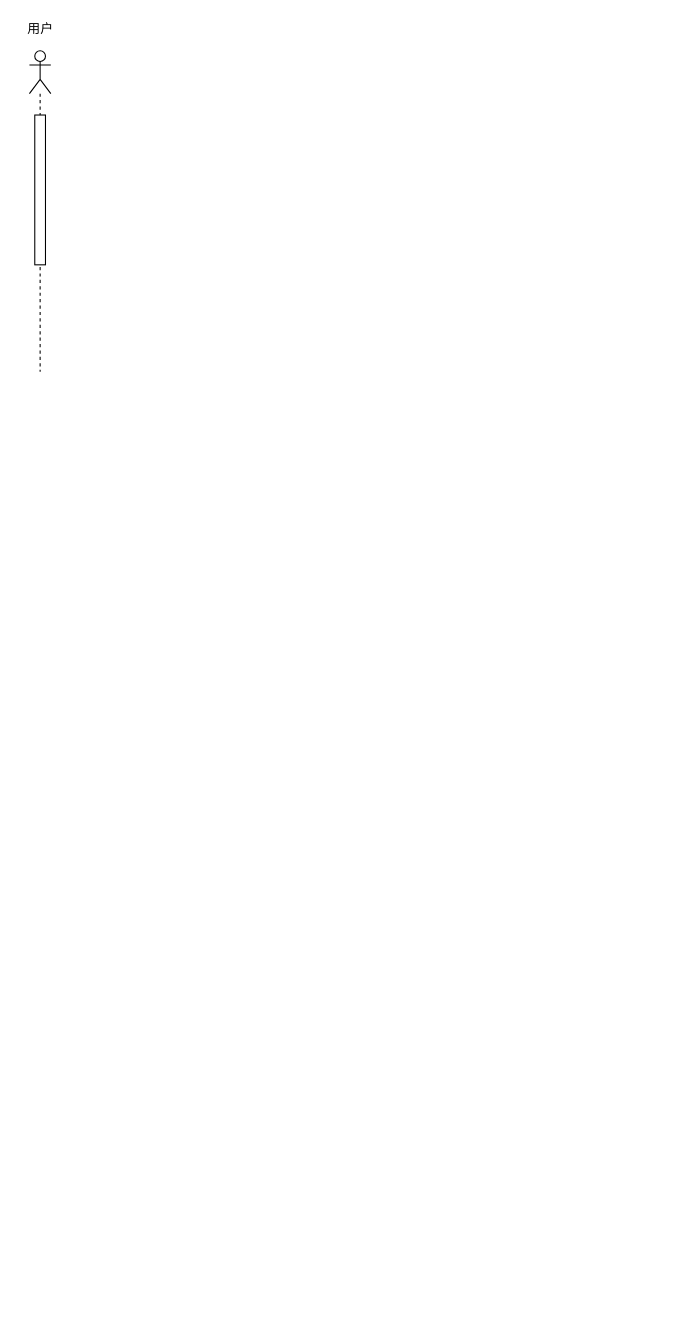
Above: 双因子登录流程图.drawio in xulanliang/FirstRepository (draw.io), before the change. Source tidied: cells renumbered, new cells numbered last; positions are measured from the earlier drawing's top-left corner, leaving out a move shared by most shapes. Both pictures are drawn from the tidied source at 107%, with x=0, y=0 at pixel (18, 18).
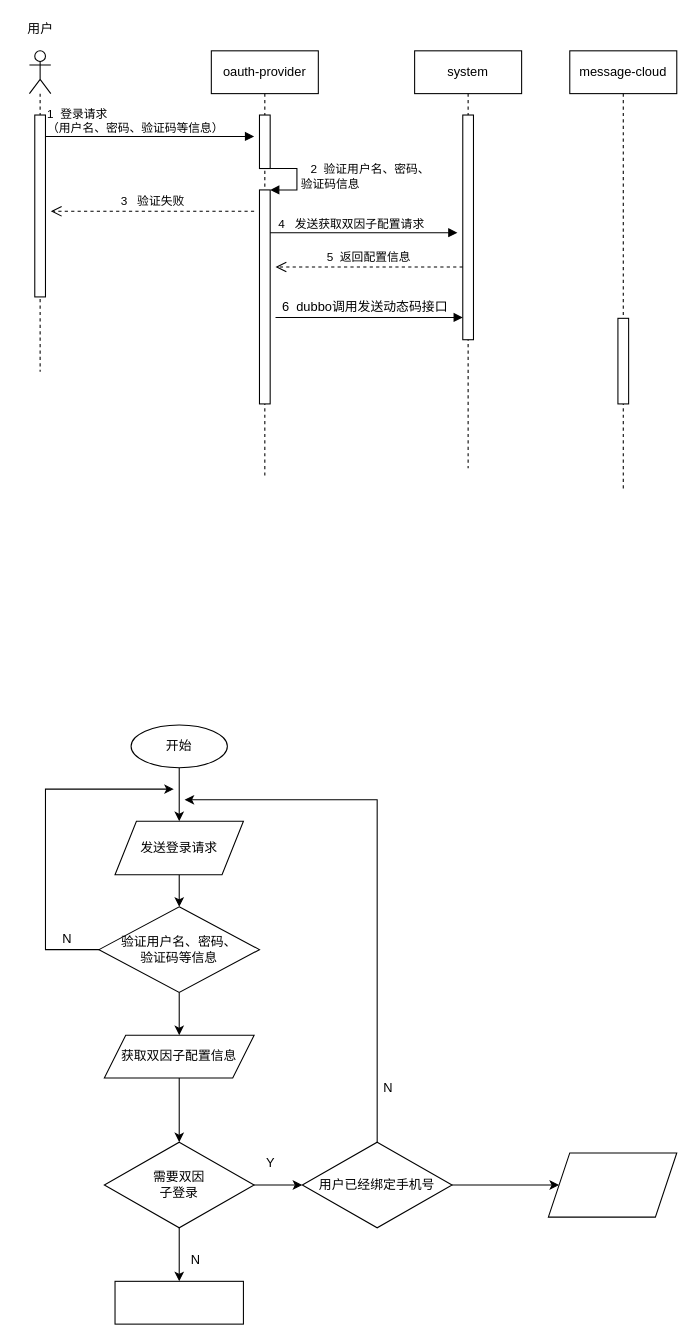
After the change.

Commit message (it also covers changes not shown here):
Update 双因子登录流程图.drawio

Diff of the diagram source:
```diff
@@
     <mxCell id="4" style="html=1;perimeter=orthogonalPerimeter;" parent="1" vertex="1">
-      <mxGeometry x="15" y="90" width="10" height="140" as="geometry" />
+      <mxGeometry x="15" y="90" width="10" height="170" as="geometry" />
     </mxCell>
+    <mxCell id="5" value="oauth-provider" style="shape=umlLifeline;perimeter=lifelinePerimeter;whiteSpace=wrap;html=1;" parent="1" vertex="1">
+      <mxGeometry x="180" y="30" width="100" height="400" as="geometry" />
+    </mxCell>
+    <mxCell id="6" style="html=1;points=[];perimeter=orthogonalPerimeter;" parent="5" vertex="1">
+      <mxGeometry x="45" y="130" width="10" height="200" as="geometry" />
+    </mxCell>
+    <mxCell id="7" value="&amp;nbsp; &amp;nbsp;2&amp;nbsp; 验证用户名、密码、&lt;br&gt;验证码信息" style="edgeStyle=orthogonalEdgeStyle;html=1;align=left;spacingLeft=2;endArrow=block;rounded=0;entryX=1;entryY=0;" parent="5" edge="1" target="6">
+      <mxGeometry relative="1" as="geometry">
+        <mxPoint x="50" y="110" as="sourcePoint" />
+        <Array as="points">
+          <mxPoint x="80" y="110" />
+        </Array>
+      </mxGeometry>
+    </mxCell>
+    <mxCell id="8" style="html=1;perimeter=orthogonalPerimeter;" parent="1" vertex="1">
+      <mxGeometry x="225" y="90" width="10" height="50" as="geometry" />
+    </mxCell>
+    <mxCell id="9" style="endArrow=block;endFill=1;html=1;edgeStyle=orthogonalEdgeStyle;align=left;verticalAlign=top;" parent="1" edge="1">
+      <mxGeometry x="-1" relative="1" as="geometry">
+        <mxPoint x="25" y="110" as="sourcePoint" />
+        <mxPoint x="220" y="110" as="targetPoint" />
+      </mxGeometry>
+    </mxCell>
+    <mxCell id="10" value="1&amp;nbsp; 登录请求&lt;br&gt;（用户名、密码、验证码等信息）" style="edgeLabel;html=1;align=left;verticalAlign=bottom;" parent="9" vertex="1">
+      <mxGeometry x="-1" relative="1" as="geometry" />
+    </mxCell>
+    <mxCell id="11" value="3&amp;nbsp; &amp;nbsp;验证失败" style="html=1;verticalAlign=bottom;endArrow=open;dashed=1;endSize=8;" parent="1" edge="1">
+      <mxGeometry relative="1" as="geometry">
+        <mxPoint x="220" y="180" as="sourcePoint" />
+        <mxPoint x="30" y="180" as="targetPoint" />
+      </mxGeometry>
+    </mxCell>
+    <mxCell id="12" value="system" style="shape=umlLifeline;perimeter=lifelinePerimeter;whiteSpace=wrap;html=1;" parent="1" vertex="1">
+      <mxGeometry x="370" y="30" width="100" height="390" as="geometry" />
+    </mxCell>
+    <mxCell id="13" style="html=1;perimeter=orthogonalPerimeter;" parent="1" vertex="1">
+      <mxGeometry x="415" y="90" width="10" height="210" as="geometry" />
+    </mxCell>
+    <mxCell id="14" style="endArrow=block;endFill=1;html=1;edgeStyle=orthogonalEdgeStyle;align=left;verticalAlign=top;" parent="1" edge="1">
+      <mxGeometry x="-0.37" y="-60" relative="1" as="geometry">
+        <mxPoint x="235" y="200" as="sourcePoint" />
+        <mxPoint x="410" y="200" as="targetPoint" />
+      </mxGeometry>
+    </mxCell>
+    <mxCell id="15" value="&amp;nbsp; 4&amp;nbsp; &amp;nbsp;发送获取双因子配置请求" style="edgeLabel;html=1;align=left;verticalAlign=bottom;" parent="14" vertex="1">
+      <mxGeometry x="-1" relative="1" as="geometry" />
+    </mxCell>
+    <mxCell id="16" style="edgeStyle=orthogonalEdgeStyle;rounded=0;jettySize=auto;html=1;" parent="1" edge="1" source="17" target="20">
+      <mxGeometry relative="1" as="geometry" />
+    </mxCell>
+    <mxCell id="17" value="开始" style="ellipse;whiteSpace=wrap;html=1;" parent="1" vertex="1">
+      <mxGeometry x="105" y="660" width="90" height="40" as="geometry" />
+    </mxCell>
+    <mxCell id="18" value="5&amp;nbsp; 返回配置信息" style="html=1;verticalAlign=bottom;endArrow=open;dashed=1;endSize=8;" parent="1" edge="1">
+      <mxGeometry relative="1" as="geometry">
+        <mxPoint x="415" y="232" as="sourcePoint" />
+        <mxPoint x="240" y="232" as="targetPoint" />
+      </mxGeometry>
+    </mxCell>
+    <mxCell id="19" style="edgeStyle=orthogonalEdgeStyle;rounded=0;jettySize=auto;html=1;" parent="1" edge="1" source="20" target="23">
+      <mxGeometry relative="1" as="geometry" />
+    </mxCell>
+    <mxCell id="20" value="发送登录请求" style="shape=parallelogram;perimeter=parallelogramPerimeter;whiteSpace=wrap;html=1;fixedSize=1;" parent="1" vertex="1">
+      <mxGeometry x="90" y="750" width="120" height="50" as="geometry" />
+    </mxCell>
+    <mxCell id="21" style="edgeStyle=orthogonalEdgeStyle;rounded=0;jettySize=auto;html=1;" parent="1" edge="1" source="23" target="26">
+      <mxGeometry relative="1" as="geometry" />
+    </mxCell>
+    <mxCell id="22" style="edgeStyle=orthogonalEdgeStyle;rounded=0;jettySize=auto;html=1;" parent="1" edge="1" source="23">
+      <mxGeometry relative="1" as="geometry">
+        <mxPoint x="145" y="720" as="targetPoint" />
+        <Array as="points">
+          <mxPoint x="25" y="870" />
+          <mxPoint x="25" y="720" />
+        </Array>
+      </mxGeometry>
+    </mxCell>
+    <mxCell id="23" value="验证用户名、密码、&lt;br&gt;验证码等信息" style="rhombus;whiteSpace=wrap;html=1;" parent="1" vertex="1">
+      <mxGeometry x="75" y="830" width="150" height="80" as="geometry" />
+    </mxCell>
+    <mxCell id="24" value="N" style="text;html=1;align=center;verticalAlign=middle;strokeColor=none;" parent="1" vertex="1">
+      <mxGeometry x="35" y="850" width="20" height="20" as="geometry" />
+    </mxCell>
+    <mxCell id="25" style="edgeStyle=orthogonalEdgeStyle;rounded=0;jettySize=auto;html=1;" parent="1" edge="1" source="26" target="29">
+      <mxGeometry relative="1" as="geometry" />
+    </mxCell>
+    <mxCell id="26" value="获取双因子配置信息" style="shape=parallelogram;perimeter=parallelogramPerimeter;whiteSpace=wrap;html=1;fixedSize=1;" parent="1" vertex="1">
+      <mxGeometry x="80" y="950" width="140" height="40" as="geometry" />
+    </mxCell>
+    <mxCell id="27" style="edgeStyle=orthogonalEdgeStyle;rounded=0;jettySize=auto;html=1;" parent="1" edge="1" source="29" target="30">
+      <mxGeometry relative="1" as="geometry" />
+    </mxCell>
+    <mxCell id="28" style="edgeStyle=orthogonalEdgeStyle;rounded=0;jettySize=auto;html=1;" parent="1" edge="1" source="29" target="33">
+      <mxGeometry relative="1" as="geometry" />
+    </mxCell>
+    <mxCell id="29" value="需要双因&lt;br&gt;子登录" style="rhombus;whiteSpace=wrap;html=1;" parent="1" vertex="1">
+      <mxGeometry x="80" y="1050" width="140" height="80" as="geometry" />
+    </mxCell>
+    <mxCell id="30" style="whiteSpace=wrap;html=1;" parent="1" vertex="1">
+      <mxGeometry x="90" y="1180" width="120" height="40" as="geometry" />
+    </mxCell>
+    <mxCell id="31" style="edgeStyle=orthogonalEdgeStyle;rounded=0;jettySize=auto;html=1;exitX=0.5;exitY=0;exitDx=0;exitDy=0;" parent="1" edge="1" source="33">
+      <mxGeometry relative="1" as="geometry">
+        <mxPoint x="155" y="730" as="targetPoint" />
+        <Array as="points">
+          <mxPoint x="335" y="730" />
+        </Array>
+      </mxGeometry>
+    </mxCell>
+    <mxCell id="32" style="edgeStyle=orthogonalEdgeStyle;rounded=0;jettySize=auto;html=1;" parent="1" edge="1" source="33" target="37">
+      <mxGeometry relative="1" as="geometry" />
+    </mxCell>
+    <mxCell id="33" value="用户已经绑定手机号" style="rhombus;whiteSpace=wrap;html=1;" parent="1" vertex="1">
+      <mxGeometry x="265" y="1050" width="140" height="80" as="geometry" />
+    </mxCell>
+    <mxCell id="34" value="Y" style="text;html=1;align=center;verticalAlign=middle;strokeColor=none;" parent="1" vertex="1">
+      <mxGeometry x="225" y="1060" width="20" height="20" as="geometry" />
+    </mxCell>
+    <mxCell id="35" value="N" style="text;html=1;align=center;verticalAlign=middle;strokeColor=none;" parent="1" vertex="1">
+      <mxGeometry x="155" y="1150" width="20" height="20" as="geometry" />
+    </mxCell>
+    <mxCell id="36" value="N" style="text;html=1;align=center;verticalAlign=middle;strokeColor=none;" parent="1" vertex="1">
+      <mxGeometry x="335" y="990" width="20" height="20" as="geometry" />
+    </mxCell>
+    <mxCell id="37" style="shape=parallelogram;perimeter=parallelogramPerimeter;whiteSpace=wrap;html=1;fixedSize=1;" parent="1" vertex="1">
+      <mxGeometry x="495" y="1060" width="120" height="60" as="geometry" />
+    </mxCell>
+    <mxCell id="38" value="message-cloud" style="shape=umlLifeline;perimeter=lifelinePerimeter;whiteSpace=wrap;html=1;" parent="1" vertex="1">
+      <mxGeometry x="515" y="30" width="100" height="410" as="geometry" />
+    </mxCell>
+    <mxCell id="39" style="html=1;perimeter=orthogonalPerimeter;" parent="1" vertex="1">
+      <mxGeometry x="560" y="280" width="10" height="80" as="geometry" />
+    </mxCell>
+    <mxCell id="40" style="html=1;verticalAlign=bottom;endArrow=block;" parent="1" edge="1">
+      <mxGeometry relative="1" as="geometry">
+        <mxPoint x="240" y="279.3" as="sourcePoint" />
+        <mxPoint x="415" y="279.2" as="targetPoint" />
+      </mxGeometry>
+    </mxCell>
+    <mxCell id="41" value="&amp;nbsp; &amp;nbsp; &amp;nbsp; &amp;nbsp; &amp;nbsp; &amp;nbsp; &amp;nbsp; 6&amp;nbsp; dubbo调用发送动态码接口" style="text;html=1;align=center;verticalAlign=middle;strokeColor=none;" parent="1" vertex="1">
+      <mxGeometry x="190" y="260" width="220" height="20" as="geometry" />
+    </mxCell>
```
